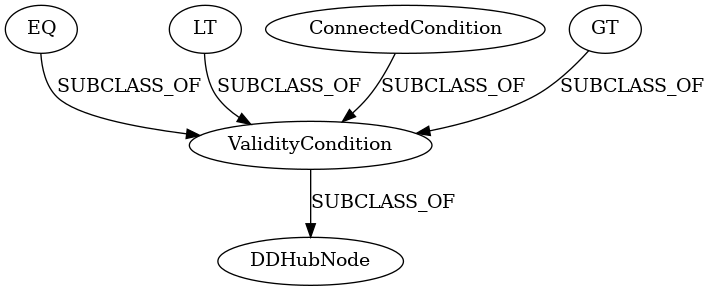
This is docs/vocabulary_development/diagrams/generated/DataValidity.png from D-WIS/DDHub-Semantic-Interoperability, a Graphviz export, as it was before one commit. Its source is kept beside it as docs/vocabulary_development/dotfiles/DataValidity.dot.
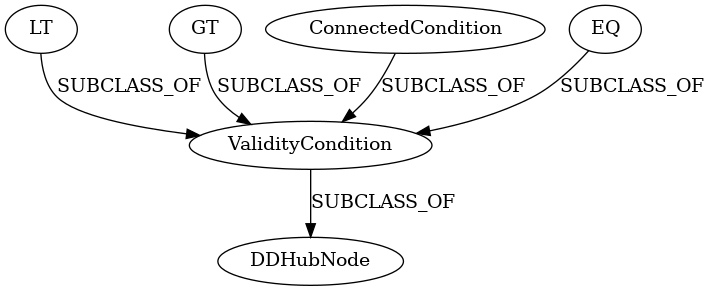
Later version of the same file.

Change to the diagram source:
```diff
@@ -1,13 +1,13 @@
 strict digraph  {
+LT;
+GT;
+DDHubNode;
+ConnectedCondition;
+ValidityCondition;
 EQ;
-ValidityCondition;
-DDHubNode;
-LT;
-ConnectedCondition;
-GT;
+LT -> ValidityCondition  [label=SUBCLASS_OF];
+GT -> ValidityCondition  [label=SUBCLASS_OF];
+ConnectedCondition -> ValidityCondition  [label=SUBCLASS_OF];
+ValidityCondition -> DDHubNode  [label=SUBCLASS_OF];
 EQ -> ValidityCondition  [label=SUBCLASS_OF];
-ValidityCondition -> DDHubNode  [label=SUBCLASS_OF];
-LT -> ValidityCondition  [label=SUBCLASS_OF];
-ConnectedCondition -> ValidityCondition  [label=SUBCLASS_OF];
-GT -> ValidityCondition  [label=SUBCLASS_OF];
 }
```
